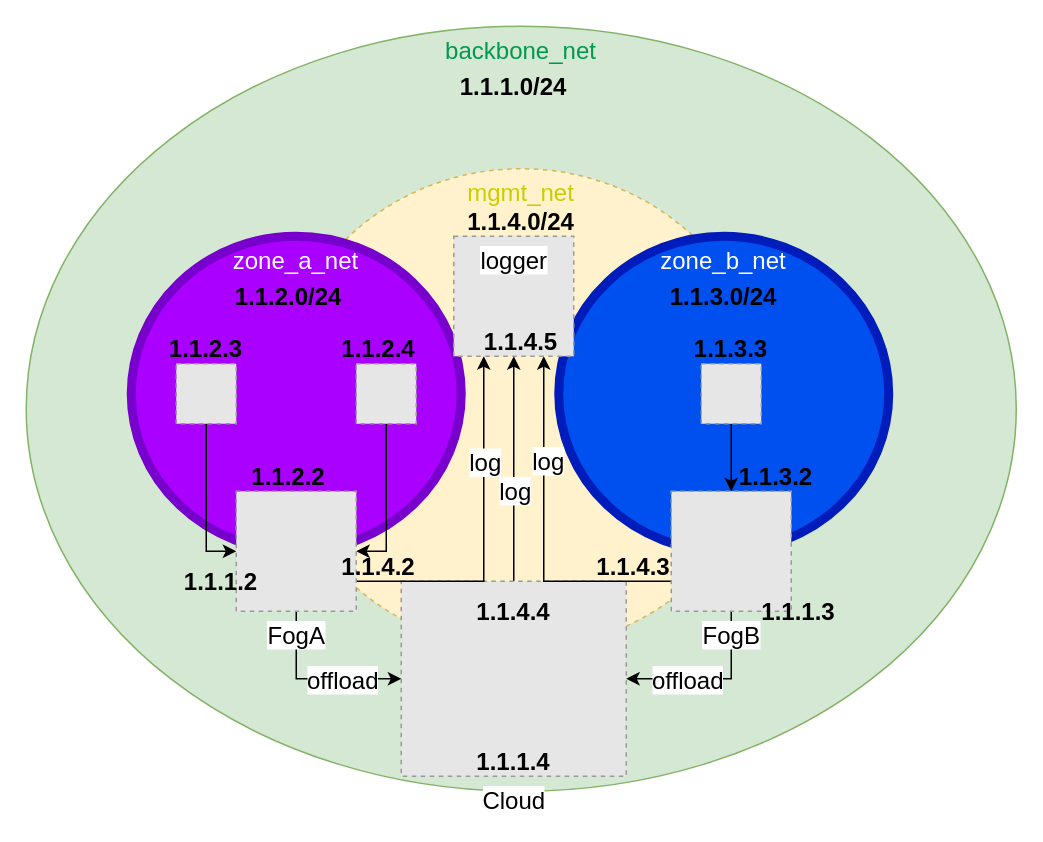
Earlier version of the draw.io diagram IoT/Ex3/Diagramms/Arch_Diagramm.drawio (AngelosKamaris/AAU-1st-Semester-Repo-Group-8). Source tidied: cells renumbered, new cells numbered last; positions are measured from the earlier drawing's top-left corner, leaving out a move shared by most shapes. Both pictures are drawn from the tidied source at 150%, with x=0, y=0 at pixel (26, 26). Pictures stored in the file or linked from it are replaced by grey dashed boxes.
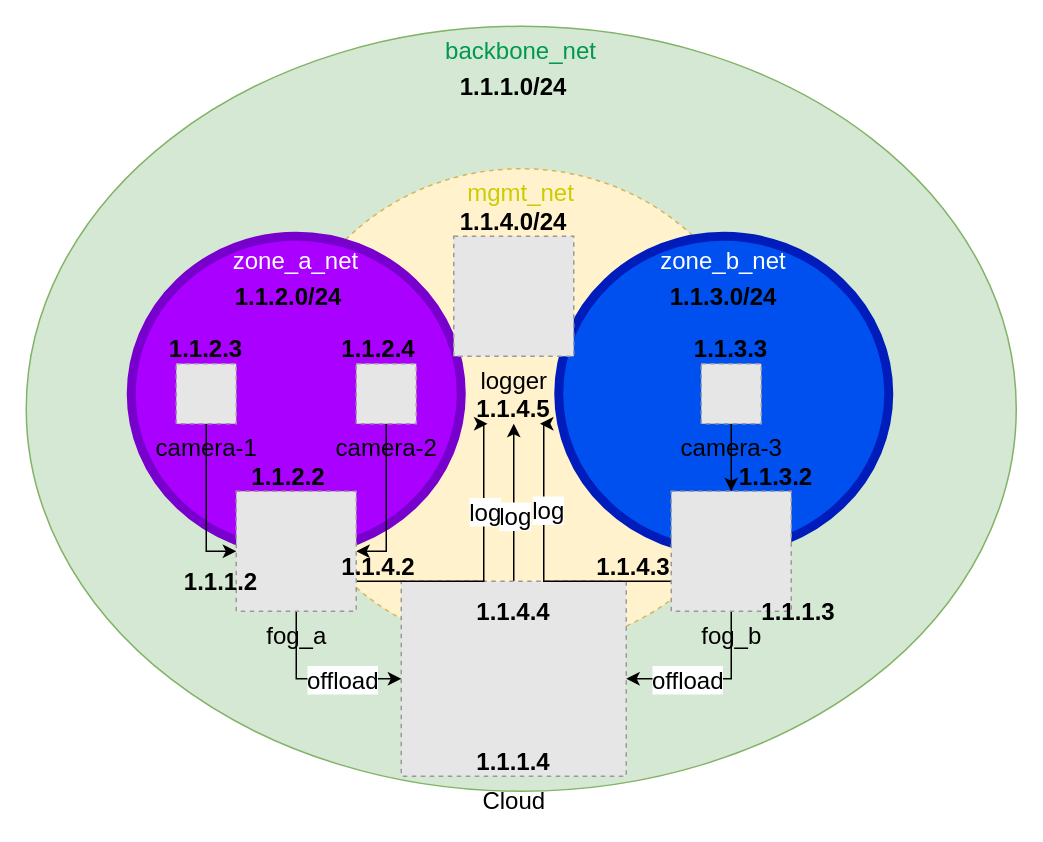
The same diagram, later.

Diff of the diagram source:
```diff
@@
-    <mxCell id="7" style="fillColor=#E6E6E6;strokeColor=#999999;dashed=1;verticalLabelPosition=bottom;verticalAlign=top;html=1;labelBackgroundColor=#ffffff;fontSize=16;fontColor=#00CC66;align=center;" parent="1" vertex="1">
+    <mxCell id="7" value="camera-1" style="fillColor=#E6E6E6;strokeColor=#999999;dashed=1;verticalLabelPosition=bottom;verticalAlign=top;html=1;labelBackgroundColor=none;fontSize=16;fontColor=#000000;align=center;" parent="1" vertex="1">
       <mxGeometry x="100" y="225" width="40" height="40" as="geometry" />
     </mxCell>
@@
-    <mxCell id="9" style="fillColor=#E6E6E6;strokeColor=#999999;dashed=1;verticalLabelPosition=bottom;verticalAlign=top;html=1;labelBackgroundColor=#ffffff;fontSize=16;fontColor=#00CC66;align=center;" parent="1" vertex="1">
+    <mxCell id="9" value="camera-2" style="fillColor=#E6E6E6;strokeColor=#999999;dashed=1;verticalLabelPosition=bottom;verticalAlign=top;html=1;labelBackgroundColor=none;fontSize=16;fontColor=#000000;align=center;" parent="1" vertex="1">
       <mxGeometry x="220" y="225" width="40" height="40" as="geometry" />
     </mxCell>
@@
-    <mxCell id="11" style="fillColor=#E6E6E6;strokeColor=#999999;dashed=1;verticalLabelPosition=bottom;verticalAlign=top;html=1;labelBackgroundColor=#ffffff;fontSize=16;fontColor=#00CC66;align=center;" parent="1" vertex="1">
+    <mxCell id="11" value="camera-3" style="fillColor=#E6E6E6;strokeColor=#999999;dashed=1;verticalLabelPosition=bottom;verticalAlign=top;html=1;labelBackgroundColor=none;fontSize=16;fontColor=#000000;align=center;" parent="1" vertex="1">
       <mxGeometry x="450" y="225" width="40" height="40" as="geometry" />
     </mxCell>
-    <mxCell id="12" style="edgeStyle=orthogonalEdgeStyle;rounded=0;jettySize=auto;html=1;exitX=0.5;exitY=0;exitDx=0;exitDy=0;entryX=0.5;entryY=1;entryDx=0;entryDy=0;fontSize=16;fontColor=#00CC66;" parent="1" edge="1" source="14" target="25">
+    <mxCell id="12" style="edgeStyle=orthogonalEdgeStyle;rounded=0;jettySize=auto;html=1;exitX=0.5;exitY=0;exitDx=0;exitDy=0;entryX=0.5;entryY=1;entryDx=0;entryDy=0;fontSize=16;fontColor=#00CC66;" parent="1" edge="1" source="14" target="41">
       <mxGeometry relative="1" as="geometry" />
     </mxCell>
@@
-    <mxCell id="14" value="Cloud" style="fillColor=#E6E6E6;strokeColor=#999999;dashed=1;verticalLabelPosition=bottom;verticalAlign=top;html=1;labelBackgroundColor=#ffffff;fontSize=16;fontColor=#000000;align=center;" parent="1" vertex="1">
+    <mxCell id="14" value="Cloud" style="fillColor=#E6E6E6;strokeColor=#999999;dashed=1;verticalLabelPosition=bottom;verticalAlign=top;html=1;labelBackgroundColor=none;fontSize=16;fontColor=#000000;align=center;" parent="1" vertex="1">
       <mxGeometry x="250" y="370" width="150" height="130" as="geometry" />
     </mxCell>
-    <mxCell id="15" style="edgeStyle=orthogonalEdgeStyle;rounded=0;jettySize=auto;html=1;exitX=1;exitY=0.75;exitDx=0;exitDy=0;entryX=0.25;entryY=1;entryDx=0;entryDy=0;fontSize=16;fontColor=#00CC66;" parent="1" edge="1" source="19" target="25">
+    <mxCell id="15" style="edgeStyle=orthogonalEdgeStyle;rounded=0;jettySize=auto;html=1;exitX=1;exitY=0.75;exitDx=0;exitDy=0;entryX=0.25;entryY=1;entryDx=0;entryDy=0;fontSize=16;fontColor=#00CC66;" parent="1" edge="1" source="19" target="41">
       <mxGeometry relative="1" as="geometry">
         <Array as="points">
           <mxPoint x="305" y="370" />
+          <mxPoint x="305" y="265" />
         </Array>
       </mxGeometry>
     </mxCell>
@@
-    <mxCell id="19" value="FogA" style="fillColor=#E6E6E6;strokeColor=#999999;dashed=1;verticalLabelPosition=bottom;verticalAlign=top;html=1;labelBackgroundColor=#ffffff;fontSize=16;fontColor=#000000;align=center;" parent="1" vertex="1">
+    <mxCell id="19" value="fog_a" style="fillColor=#E6E6E6;strokeColor=#999999;dashed=1;verticalLabelPosition=bottom;verticalAlign=top;html=1;labelBackgroundColor=none;fontSize=16;fontColor=#000000;align=center;" parent="1" vertex="1">
       <mxGeometry x="140" y="310" width="80" height="80" as="geometry" />
     </mxCell>
-    <mxCell id="20" style="edgeStyle=orthogonalEdgeStyle;rounded=0;jettySize=auto;html=1;exitX=0;exitY=0.75;exitDx=0;exitDy=0;entryX=0.75;entryY=1;entryDx=0;entryDy=0;fontSize=16;fontColor=#00CC66;" parent="1" edge="1" source="24" target="25">
+    <mxCell id="20" style="edgeStyle=orthogonalEdgeStyle;rounded=0;jettySize=auto;html=1;exitX=0;exitY=0.75;exitDx=0;exitDy=0;entryX=0.75;entryY=1;entryDx=0;entryDy=0;fontSize=16;fontColor=#00CC66;" parent="1" edge="1" source="24" target="41">
       <mxGeometry relative="1" as="geometry">
         <Array as="points">
           <mxPoint x="345" y="370" />
+          <mxPoint x="345" y="265" />
         </Array>
       </mxGeometry>
     </mxCell>
@@
-    <mxCell id="24" value="FogB" style="fillColor=#E6E6E6;strokeColor=#999999;dashed=1;verticalLabelPosition=bottom;verticalAlign=top;html=1;labelBackgroundColor=#ffffff;fontSize=16;fontColor=#000000;align=center;" parent="1" vertex="1">
+    <mxCell id="24" value="fog_b" style="fillColor=#E6E6E6;strokeColor=#999999;dashed=1;verticalLabelPosition=bottom;verticalAlign=top;html=1;labelBackgroundColor=none;fontSize=16;fontColor=#000000;align=center;" parent="1" vertex="1">
       <mxGeometry x="430" y="310" width="80" height="80" as="geometry" />
     </mxCell>
-    <mxCell id="25" value="&lt;font color=&quot;#000000&quot;&gt;logger&lt;/font&gt;" style="fillColor=#E6E6E6;strokeColor=#999999;dashed=1;verticalLabelPosition=middle;verticalAlign=top;html=1;labelBackgroundColor=#ffffff;fontSize=16;fontColor=#00CC66;align=center;labelPosition=center;" parent="1" vertex="1">
+    <mxCell id="25" value="&lt;font color=&quot;#000000&quot;&gt;logger&lt;/font&gt;" style="fillColor=#E6E6E6;strokeColor=#999999;dashed=1;verticalLabelPosition=bottom;verticalAlign=top;html=1;labelBackgroundColor=none;fontSize=16;fontColor=#000000;align=center;labelPosition=center;" parent="1" vertex="1">
       <mxGeometry x="285" y="140" width="80" height="80" as="geometry" />
     </mxCell>
@@
     <mxCell id="27" value="1.1.4.0/24" style="text;html=1;strokeColor=none;fillColor=none;align=center;verticalAlign=middle;whiteSpace=wrap;rounded=0;fontSize=16;fontStyle=1;" parent="1" vertex="1">
-      <mxGeometry x="295" y="120" width="70" height="20" as="geometry" />
+      <mxGeometry x="290" y="120" width="70" height="20" as="geometry" />
     </mxCell>
@@
     <mxCell id="41" value="1.1.4.5" style="text;html=1;strokeColor=none;fillColor=none;align=center;verticalAlign=middle;whiteSpace=wrap;rounded=0;fontSize=16;fontStyle=1;" parent="1" vertex="1">
-      <mxGeometry x="295" y="200" width="70" height="20" as="geometry" />
+      <mxGeometry x="290" y="245" width="70" height="20" as="geometry" />
     </mxCell>
+    <mxCell id="42" style="edgeStyle=orthogonalEdgeStyle;rounded=0;orthogonalLoop=1;jettySize=auto;html=1;exitX=0.5;exitY=1;exitDx=0;exitDy=0;fontColor=#000000;" parent="1" edge="1" source="27" target="27">
+      <mxGeometry relative="1" as="geometry" />
+    </mxCell>
```
